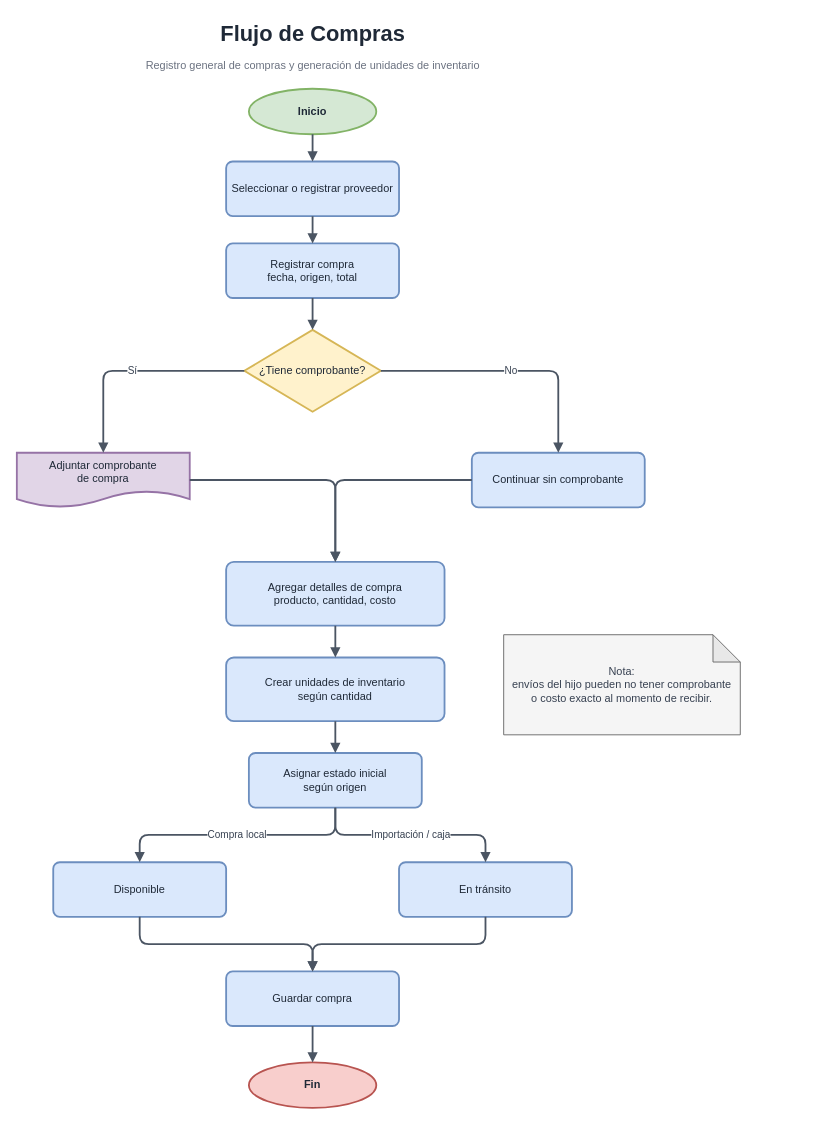
This is docs/diagrams/04_FlujoDeCompras.drawio from newton0608/ResellManager, a draw.io file, before an edit. Source tidied: cells renumbered, new cells numbered last; positions are measured from the earlier drawing's top-left corner, leaving out a move shared by most shapes. Both pictures are drawn from the tidied source at 91%, with x=0, y=0 at pixel (16, 15).
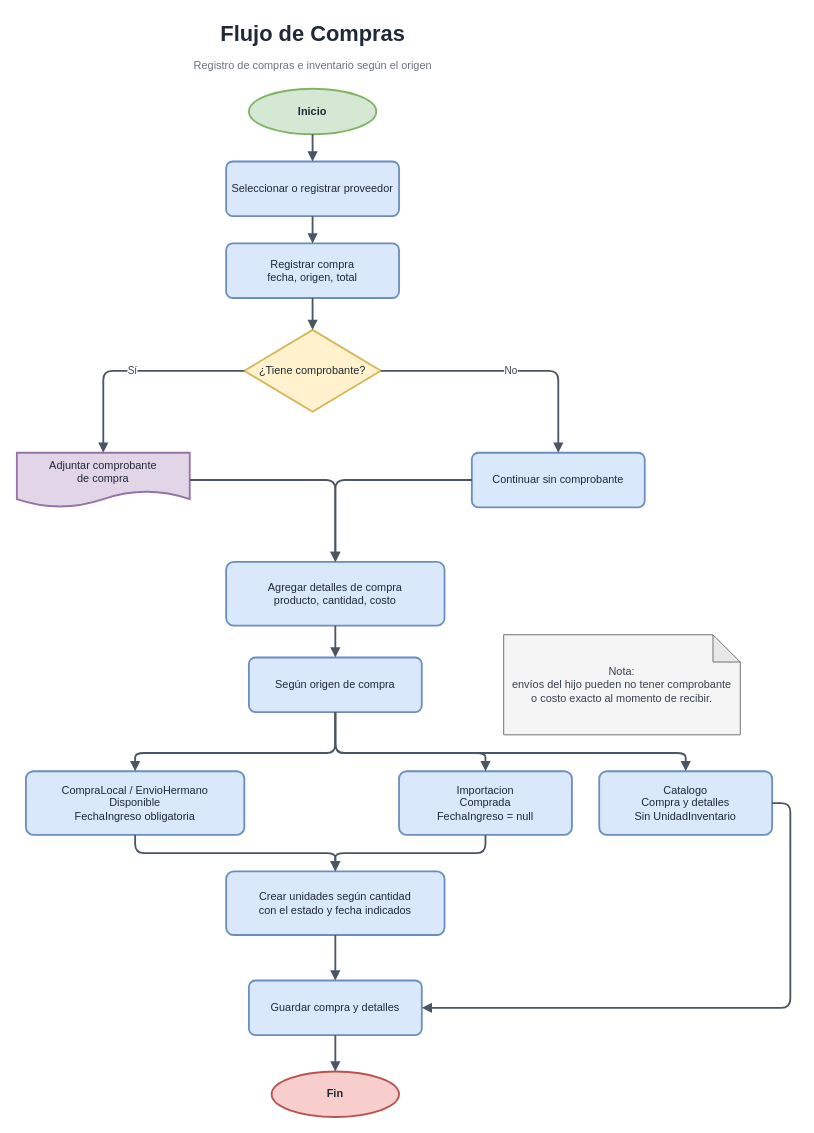
Above is the later version.

The change refers to these unchanged cells:
```xml
<mxCell id="10" value="Agregar detalles de compra&lt;br&gt;producto, cantidad, costo" style="rounded=1;whiteSpace=wrap;html=1;fillColor=#DAE8FC;strokeColor=#6C8EBF;strokeWidth=2;fontColor=#1F2937;arcSize=12;" parent="1" vertex="1">
  <mxGeometry x="230" y="600" width="240" height="70" as="geometry" />
</mxCell>
```

Change to the diagram source:
```diff
@@
-    <mxCell id="3" value="Registro general de compras y generación de unidades de inventario" style="text;html=1;strokeColor=none;fillColor=none;fontSize=12;fontColor=#6B7280;align=center;verticalAlign=middle;" parent="1" vertex="1">
+    <mxCell id="3" value="Registro de compras e inventario según el origen" style="text;html=1;strokeColor=none;fillColor=none;fontSize=12;fontColor=#6B7280;align=center;verticalAlign=middle;" parent="1" vertex="1">
       <mxGeometry x="5" y="40" width="640" height="30" as="geometry" />
     </mxCell>
@@
-    <mxCell id="11" value="Crear unidades de inventario&lt;br&gt;según cantidad" style="rounded=1;whiteSpace=wrap;html=1;fillColor=#DAE8FC;strokeColor=#6C8EBF;strokeWidth=2;fontColor=#1F2937;arcSize=12;" parent="1" vertex="1">
-      <mxGeometry x="230" y="705" width="240" height="70" as="geometry" />
+    <mxCell id="11" value="Crear unidades según cantidad&lt;br&gt;con el estado y fecha indicados" style="rounded=1;whiteSpace=wrap;html=1;fillColor=#DAE8FC;strokeColor=#6C8EBF;strokeWidth=2;fontColor=#1F2937;arcSize=12;" parent="1" vertex="1">
+      <mxGeometry x="230" y="940" width="240" height="70" as="geometry" />
     </mxCell>
-    <mxCell id="12" value="Asignar estado inicial&lt;br&gt;según origen" style="rounded=1;whiteSpace=wrap;html=1;fillColor=#DAE8FC;strokeColor=#6C8EBF;strokeWidth=2;fontColor=#1F2937;arcSize=12;" parent="1" vertex="1">
-      <mxGeometry x="255" y="810" width="190" height="60" as="geometry" />
+    <mxCell id="12" value="Según origen de compra" style="rounded=1;whiteSpace=wrap;html=1;fillColor=#DAE8FC;strokeColor=#6C8EBF;strokeWidth=2;fontColor=#1F2937;arcSize=12;" parent="1" vertex="1">
+      <mxGeometry x="255" y="705" width="190" height="60" as="geometry" />
     </mxCell>
-    <mxCell id="13" value="Disponible" style="rounded=1;whiteSpace=wrap;html=1;fillColor=#DAE8FC;strokeColor=#6C8EBF;strokeWidth=2;fontColor=#1F2937;arcSize=12;" parent="1" vertex="1">
-      <mxGeometry x="40" y="930" width="190" height="60" as="geometry" />
+    <mxCell id="13" value="CompraLocal / EnvioHermano&lt;br&gt;Disponible&lt;br&gt;FechaIngreso obligatoria" style="rounded=1;whiteSpace=wrap;html=1;fillColor=#DAE8FC;strokeColor=#6C8EBF;strokeWidth=2;fontColor=#1F2937;arcSize=12;" parent="1" vertex="1">
+      <mxGeometry x="10" y="830" width="240" height="70" as="geometry" />
     </mxCell>
-    <mxCell id="14" value="En tránsito" style="rounded=1;whiteSpace=wrap;html=1;fillColor=#DAE8FC;strokeColor=#6C8EBF;strokeWidth=2;fontColor=#1F2937;arcSize=12;" parent="1" vertex="1">
-      <mxGeometry x="420" y="930" width="190" height="60" as="geometry" />
+    <mxCell id="14" value="Importacion&lt;br&gt;Comprada&lt;br&gt;FechaIngreso = null" style="rounded=1;whiteSpace=wrap;html=1;fillColor=#DAE8FC;strokeColor=#6C8EBF;strokeWidth=2;fontColor=#1F2937;arcSize=12;" parent="1" vertex="1">
+      <mxGeometry x="420" y="830" width="190" height="70" as="geometry" />
     </mxCell>
-    <mxCell id="15" value="Guardar compra" style="rounded=1;whiteSpace=wrap;html=1;fillColor=#DAE8FC;strokeColor=#6C8EBF;strokeWidth=2;fontColor=#1F2937;arcSize=12;" parent="1" vertex="1">
-      <mxGeometry x="230" y="1050" width="190" height="60" as="geometry" />
+    <mxCell id="15" value="Guardar compra y detalles" style="rounded=1;whiteSpace=wrap;html=1;fillColor=#DAE8FC;strokeColor=#6C8EBF;strokeWidth=2;fontColor=#1F2937;arcSize=12;" parent="1" vertex="1">
+      <mxGeometry x="255" y="1060" width="190" height="60" as="geometry" />
     </mxCell>
     <mxCell id="16" value="Fin" style="ellipse;whiteSpace=wrap;html=1;fillColor=#F8CECC;strokeColor=#B85450;strokeWidth=2;fontStyle=1;fontColor=#1F2937;" parent="1" vertex="1">
-      <mxGeometry x="255" y="1150" width="140" height="50" as="geometry" />
+      <mxGeometry x="280" y="1160" width="140" height="50" as="geometry" />
     </mxCell>
@@
-    <mxCell id="25" style="edgeStyle=orthogonalEdgeStyle;rounded=1;jettySize=auto;html=1;endArrow=block;endFill=1;strokeWidth=2;strokeColor=#4B5563;fontColor=#374151;labelBackgroundColor=#FFFFFF;" parent="1" edge="1" source="10" target="11">
+    <mxCell id="25" style="edgeStyle=orthogonalEdgeStyle;rounded=1;jettySize=auto;html=1;endArrow=block;endFill=1;strokeWidth=2;strokeColor=#4B5563;fontColor=#374151;labelBackgroundColor=#FFFFFF;" parent="1" edge="1" source="10" target="12">
       <mxGeometry relative="1" as="geometry" />
     </mxCell>
-    <mxCell id="26" style="edgeStyle=orthogonalEdgeStyle;rounded=1;jettySize=auto;html=1;endArrow=block;endFill=1;strokeWidth=2;strokeColor=#4B5563;fontColor=#374151;labelBackgroundColor=#FFFFFF;" parent="1" edge="1" source="11" target="12">
+    <mxCell id="26" style="edgeStyle=orthogonalEdgeStyle;rounded=1;jettySize=auto;html=1;endArrow=block;endFill=1;strokeWidth=2;strokeColor=#4B5563;fontColor=#374151;labelBackgroundColor=#FFFFFF;" parent="1" edge="1" source="13" target="11">
       <mxGeometry relative="1" as="geometry" />
     </mxCell>
-    <mxCell id="27" value="Compra local" style="edgeStyle=orthogonalEdgeStyle;rounded=1;jettySize=auto;html=1;endArrow=block;endFill=1;strokeWidth=2;strokeColor=#4B5563;fontColor=#374151;labelBackgroundColor=#FFFFFF;" parent="1" edge="1" source="12" target="13">
+    <mxCell id="27" style="edgeStyle=orthogonalEdgeStyle;rounded=1;jettySize=auto;html=1;endArrow=block;endFill=1;strokeWidth=2;strokeColor=#4B5563;fontColor=#374151;labelBackgroundColor=#FFFFFF;exitX=0.5;exitY=1;entryX=0.5;entryY=0;" parent="1" edge="1" source="12" target="13">
       <mxGeometry relative="1" as="geometry">
         <Array as="points">
-          <mxPoint x="350" y="900" />
-          <mxPoint x="135" y="900" />
+          <mxPoint x="350" y="810" />
+          <mxPoint x="130" y="810" />
         </Array>
       </mxGeometry>
     </mxCell>
-    <mxCell id="28" value="Importación / caja" style="edgeStyle=orthogonalEdgeStyle;rounded=1;jettySize=auto;html=1;endArrow=block;endFill=1;strokeWidth=2;strokeColor=#4B5563;fontColor=#374151;labelBackgroundColor=#FFFFFF;" parent="1" edge="1" source="12" target="14">
-      <mxGeometry relative="1" as="geometry" />
+    <mxCell id="28" style="edgeStyle=orthogonalEdgeStyle;rounded=1;jettySize=auto;html=1;endArrow=block;endFill=1;strokeWidth=2;strokeColor=#4B5563;fontColor=#374151;labelBackgroundColor=#FFFFFF;exitX=0.5;exitY=1;entryX=0.5;entryY=0;" parent="1" edge="1" source="12" target="14">
+      <mxGeometry relative="1" as="geometry">
+        <Array as="points">
+          <mxPoint x="350" y="810" />
+          <mxPoint x="515" y="810" />
+        </Array>
+      </mxGeometry>
     </mxCell>
-    <mxCell id="29" style="edgeStyle=orthogonalEdgeStyle;rounded=1;jettySize=auto;html=1;endArrow=block;endFill=1;strokeWidth=2;strokeColor=#4B5563;fontColor=#374151;labelBackgroundColor=#FFFFFF;" parent="1" edge="1" source="13" target="15">
+    <mxCell id="29" style="edgeStyle=orthogonalEdgeStyle;rounded=1;jettySize=auto;html=1;endArrow=block;endFill=1;strokeWidth=2;strokeColor=#4B5563;fontColor=#374151;labelBackgroundColor=#FFFFFF;" parent="1" edge="1" source="11" target="15">
       <mxGeometry relative="1" as="geometry" />
     </mxCell>
-    <mxCell id="30" style="edgeStyle=orthogonalEdgeStyle;rounded=1;jettySize=auto;html=1;endArrow=block;endFill=1;strokeWidth=2;strokeColor=#4B5563;fontColor=#374151;labelBackgroundColor=#FFFFFF;" parent="1" edge="1" source="14" target="15">
+    <mxCell id="30" style="edgeStyle=orthogonalEdgeStyle;rounded=1;jettySize=auto;html=1;endArrow=block;endFill=1;strokeWidth=2;strokeColor=#4B5563;fontColor=#374151;labelBackgroundColor=#FFFFFF;" parent="1" edge="1" source="14" target="11">
       <mxGeometry relative="1" as="geometry" />
     </mxCell>
@@
+    <mxCell id="32" value="Catalogo&lt;br&gt;Compra y detalles&lt;br&gt;Sin UnidadInventario" style="rounded=1;whiteSpace=wrap;html=1;fillColor=#DAE8FC;strokeColor=#6C8EBF;strokeWidth=2;fontColor=#1F2937;arcSize=12;" parent="1" vertex="1">
+      <mxGeometry x="640" y="830" width="190" height="70" as="geometry" />
+    </mxCell>
+    <mxCell id="33" style="edgeStyle=orthogonalEdgeStyle;rounded=1;jettySize=auto;html=1;endArrow=block;endFill=1;strokeWidth=2;strokeColor=#4B5563;fontColor=#374151;labelBackgroundColor=#FFFFFF;exitX=0.5;exitY=1;entryX=0.5;entryY=0;" parent="1" edge="1" source="12" target="32">
+      <mxGeometry relative="1" as="geometry">
+        <Array as="points">
+          <mxPoint x="350" y="810" />
+          <mxPoint x="735" y="810" />
+        </Array>
+      </mxGeometry>
+    </mxCell>
+    <mxCell id="34" style="edgeStyle=orthogonalEdgeStyle;rounded=1;jettySize=auto;html=1;endArrow=block;endFill=1;strokeWidth=2;strokeColor=#4B5563;fontColor=#374151;labelBackgroundColor=#FFFFFF;exitX=1;exitY=0.5;entryX=1;entryY=0.5;" parent="1" edge="1" source="32" target="15">
+      <mxGeometry relative="1" as="geometry">
+        <Array as="points">
+          <mxPoint x="850" y="865" />
+          <mxPoint x="850" y="1090" />
+        </Array>
+      </mxGeometry>
+    </mxCell>
```
